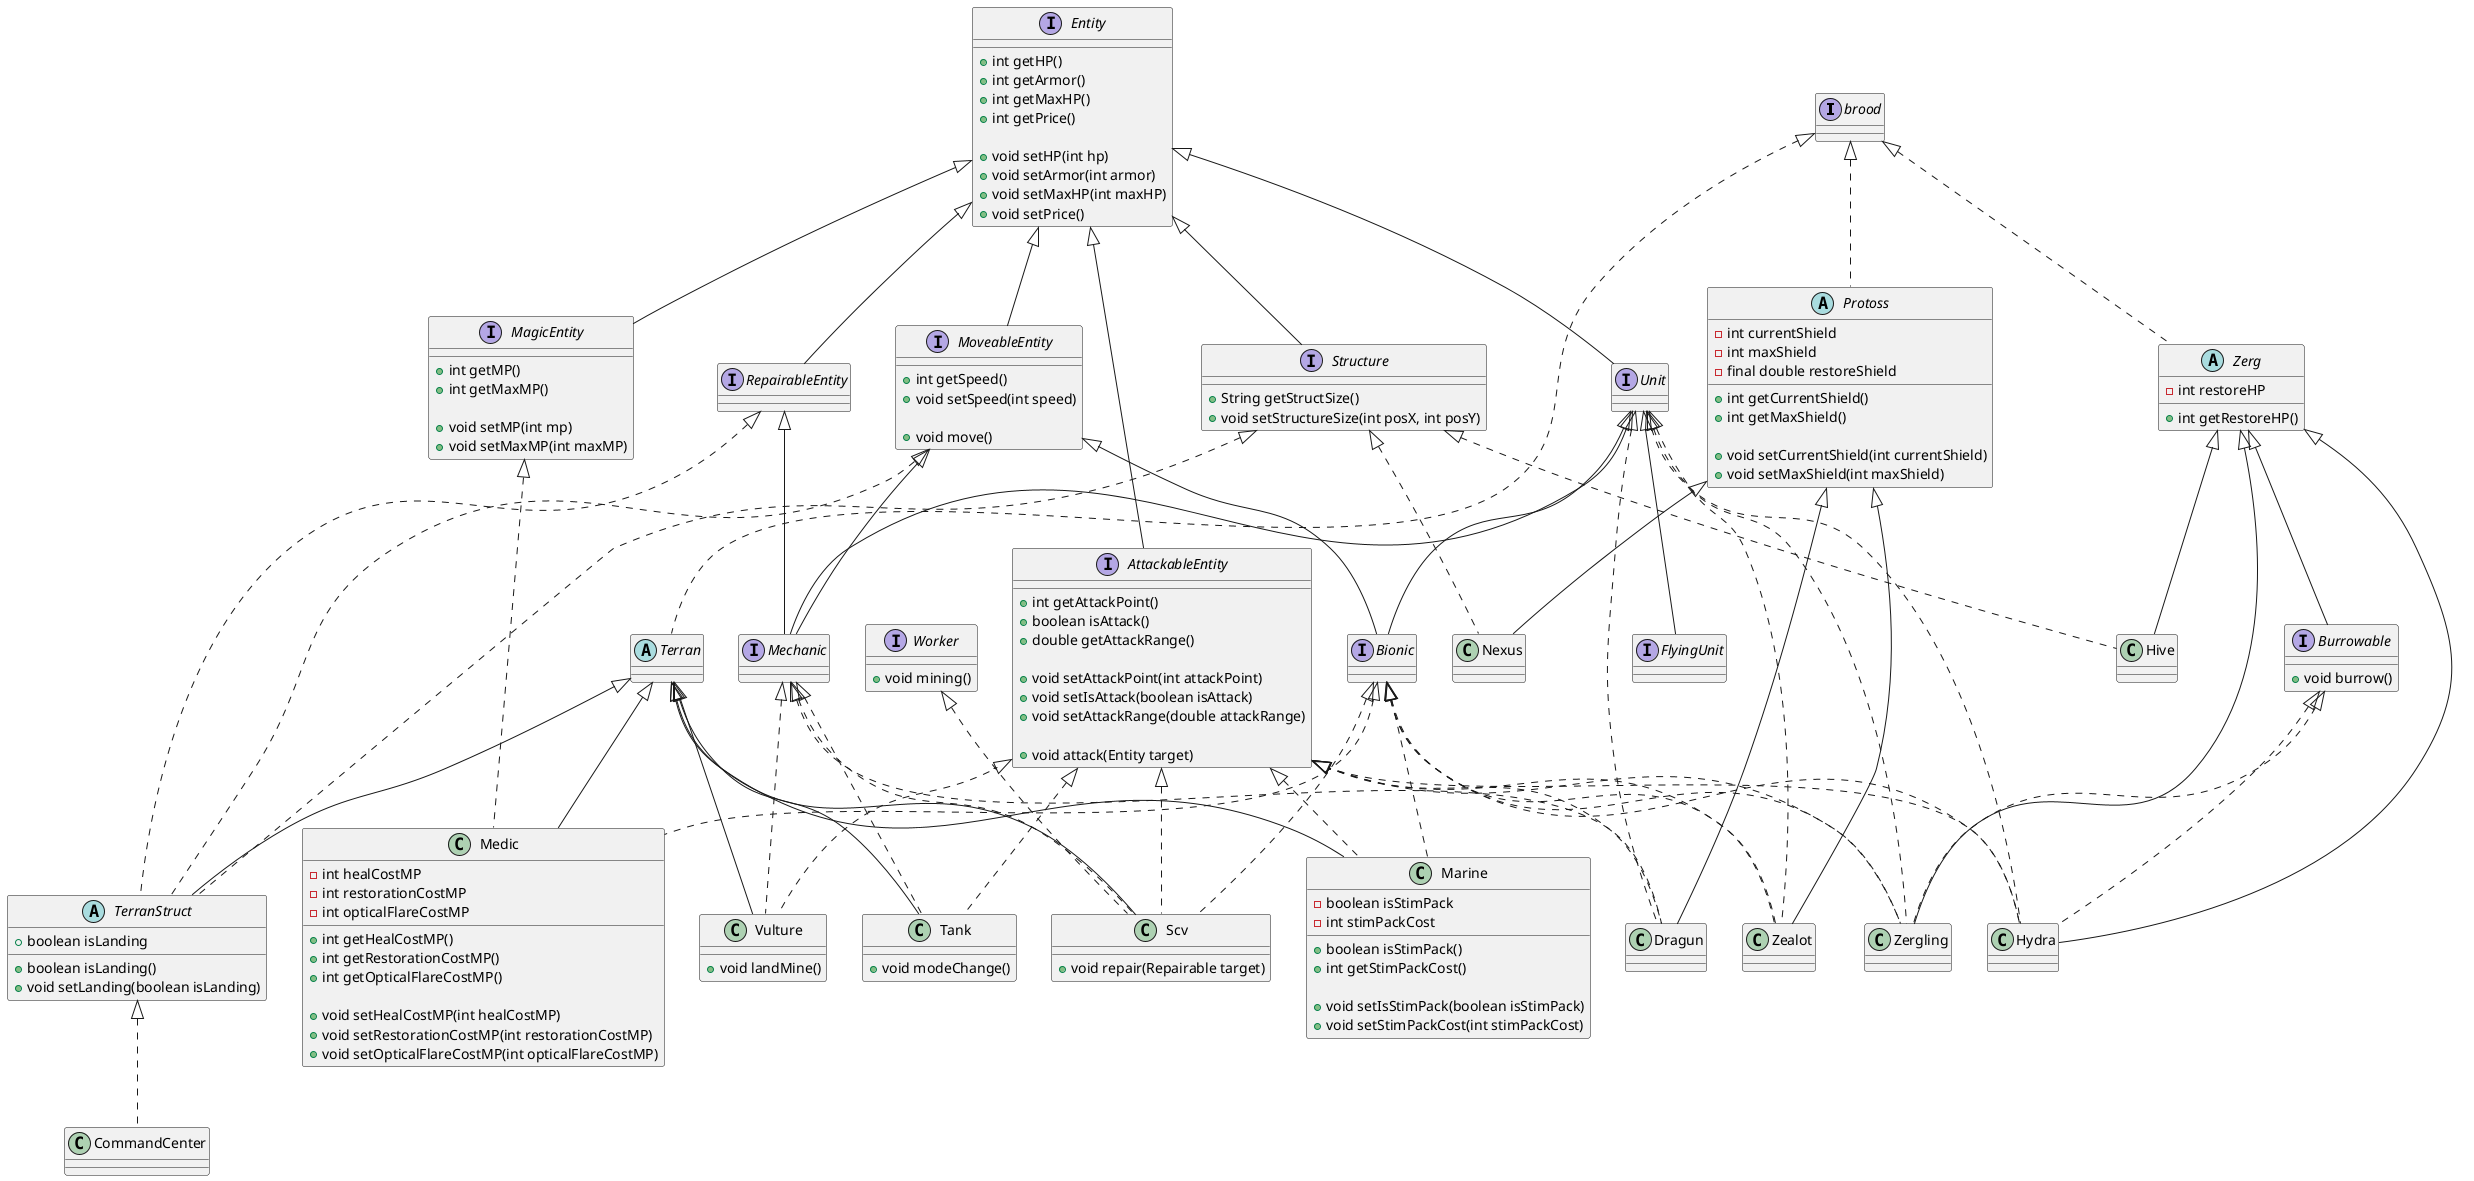
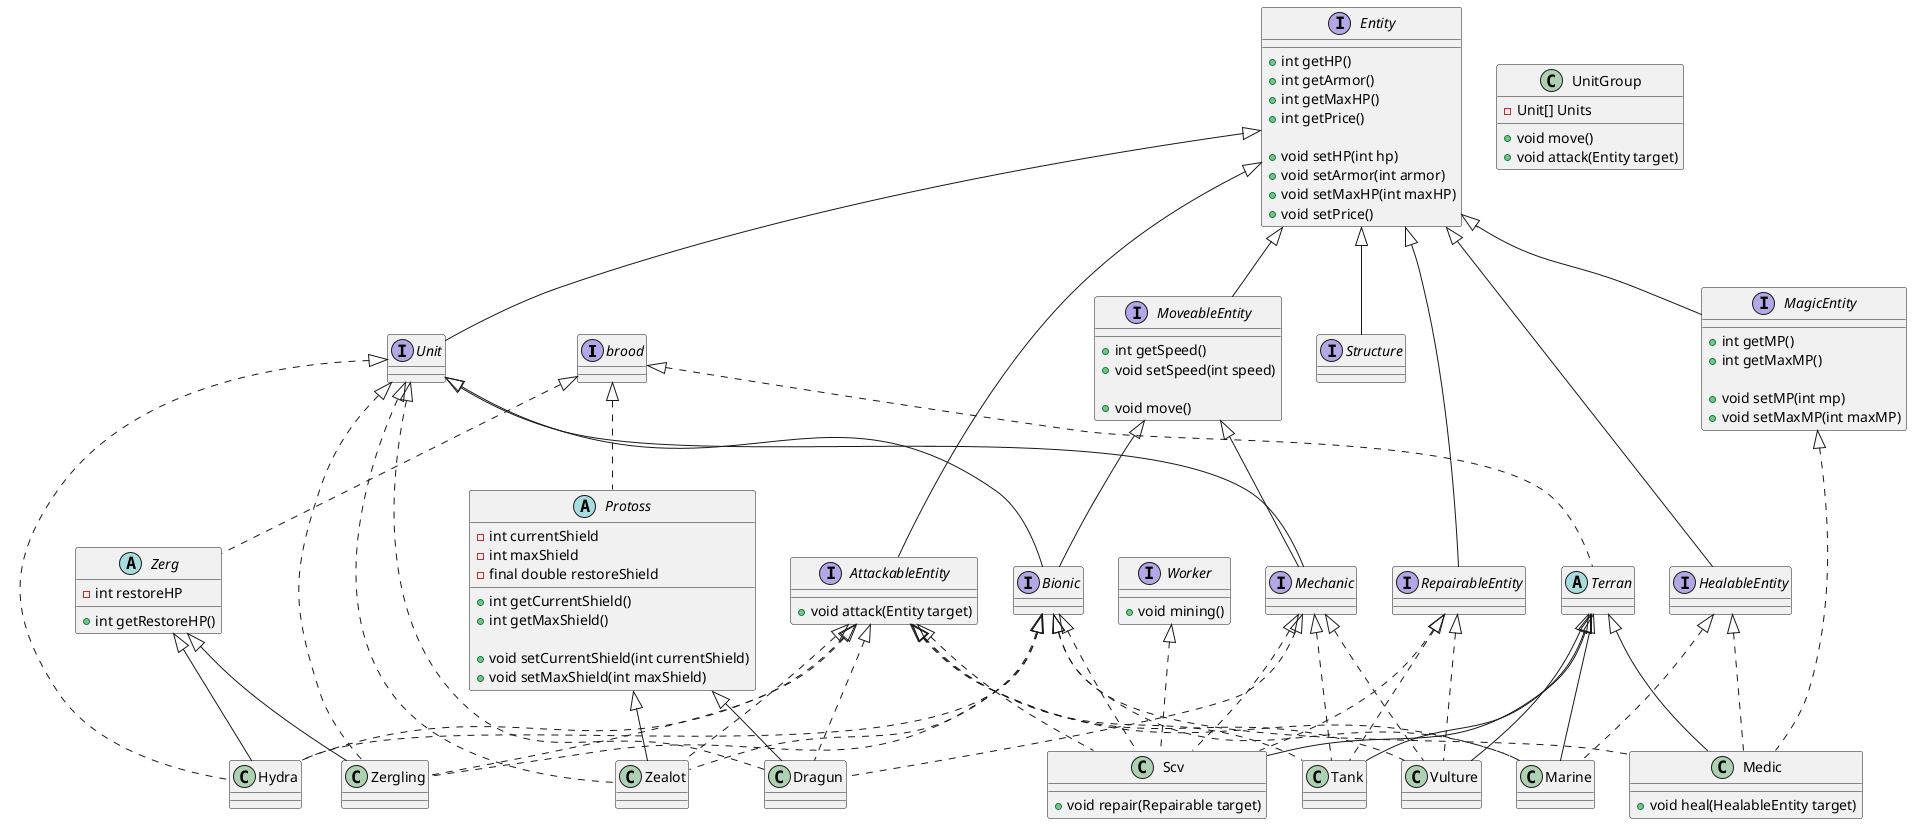
@startuml
interface brood {}

interface Entity {
    + int getHP()
    + int getArmor()
    + int getMaxHP()
    + int getPrice()

    + void setHP(int hp)
    + void setArmor(int armor)
    + void setMaxHP(int maxHP)
    + void setPrice()
}

interface MoveableEntity extends Entity {
    + int getSpeed()
    + void setSpeed(int speed)

    + void move()
}

interface Unit extends Entity {}

- interface FlyingUnit extends Unit {}
- 
interface AttackableEntity extends Entity {
-     + int getAttackPoint()
-     + boolean isAttack()
-     + double getAttackRange()
- 
-     + void setAttackPoint(int attackPoint)
-     + void setIsAttack(boolean isAttack)
-     + void setAttackRange(double attackRange)
- 
    + void attack(Entity target)
}

interface Bionic extends Unit, MoveableEntity {}

- interface Mechanic extends Unit, RepairableEntity, MoveableEntity {}
+ interface Mechanic extends Unit, MoveableEntity {}

interface MagicEntity extends Entity {
    + int getMP()
    + int getMaxMP()

    + void setMP(int mp)
    + void setMaxMP(int maxMP)
}

- interface Structure extends Entity {
-     + String getStructSize()
-     + void setStructureSize(int posX, int posY)
- }
+ interface Structure extends Entity {}

interface Worker {
    + void mining()
}

interface RepairableEntity extends Entity {}

- abstract class TerranStruct extends Terran implements Structure, RepairableEntity, MoveableEntity {
-     + boolean isLanding
- 
-     + boolean isLanding()
-     + void setLanding(boolean isLanding)
- }
+ interface HealableEntity extends Entity {}

abstract class Terran implements brood {}

abstract class Protoss implements brood {
    - int currentShield
    - int maxShield
    - final double restoreShield

    + int getCurrentShield()
    + int getMaxShield()

    + void setCurrentShield(int currentShield)
    + void setMaxShield(int maxShield)
}

abstract class Zerg implements brood {
    - int restoreHP

    + int getRestoreHP()
}

- interface Burrowable extends Zerg {
-     + void burrow()
+ class Marine extends Terran implements Bionic, AttackableEntity, HealableEntity {}
+ 
+ class Medic extends Terran implements Bionic, MagicEntity, HealableEntity {
+     + void heal(HealableEntity target)
}

- class Marine extends Terran implements Bionic, AttackableEntity {
-     - boolean isStimPack
-     - int stimPackCost
+ class Vulture extends Terran implements Mechanic, AttackableEntity, RepairableEntity {}

-     + boolean isStimPack()
-     + int getStimPackCost()
+ class Tank extends Terran implements Mechanic, AttackableEntity, RepairableEntity {}

-     + void setIsStimPack(boolean isStimPack)
-     + void setStimPackCost(int stimPackCost)
- }
- 
- class Medic extends Terran implements Bionic, MagicEntity {
-     - int healCostMP
-     - int restorationCostMP
-     - int opticalFlareCostMP
- 
-     + int getHealCostMP()
-     + int getRestorationCostMP()
-     + int getOpticalFlareCostMP()
- 
-     + void setHealCostMP(int healCostMP)
-     + void setRestorationCostMP(int restorationCostMP)
-     + void setOpticalFlareCostMP(int opticalFlareCostMP)
- }
- 
- class Vulture extends Terran implements Mechanic, AttackableEntity {
-     + void landMine()
- }
- 
- class Tank extends Terran implements Mechanic, AttackableEntity {
-     + void modeChange()
- }
- 
- class Scv extends Terran implements Mechanic, Bionic, Worker, AttackableEntity {
+ class Scv extends Terran implements Mechanic, Bionic, Worker, AttackableEntity, RepairableEntity {
    + void repair(Repairable target)
}

- class CommandCenter implements TerranStruct {}
- 
- class Zergling extends Zerg implements Bionic, Unit, AttackableEntity, Burrowable {}
- class Hydra extends Zerg implements Bionic, Unit, AttackableEntity,Burrowable {}
- 
- class Hive extends Zerg implements Structure {}
+ class Zergling extends Zerg implements Bionic, Unit, AttackableEntity {}
+ class Hydra extends Zerg implements Bionic, Unit, AttackableEntity {}

class Zealot extends Protoss implements Bionic, Unit, AttackableEntity {}
class Dragun extends Protoss implements Mechanic, Unit, AttackableEntity {}

- class Nexus extends Protoss implements Structure {}
+ class UnitGroup {
+     - Unit[] Units
+ 
+     + void move()
+     + void attack(Entity target)
+ }

@enduml
